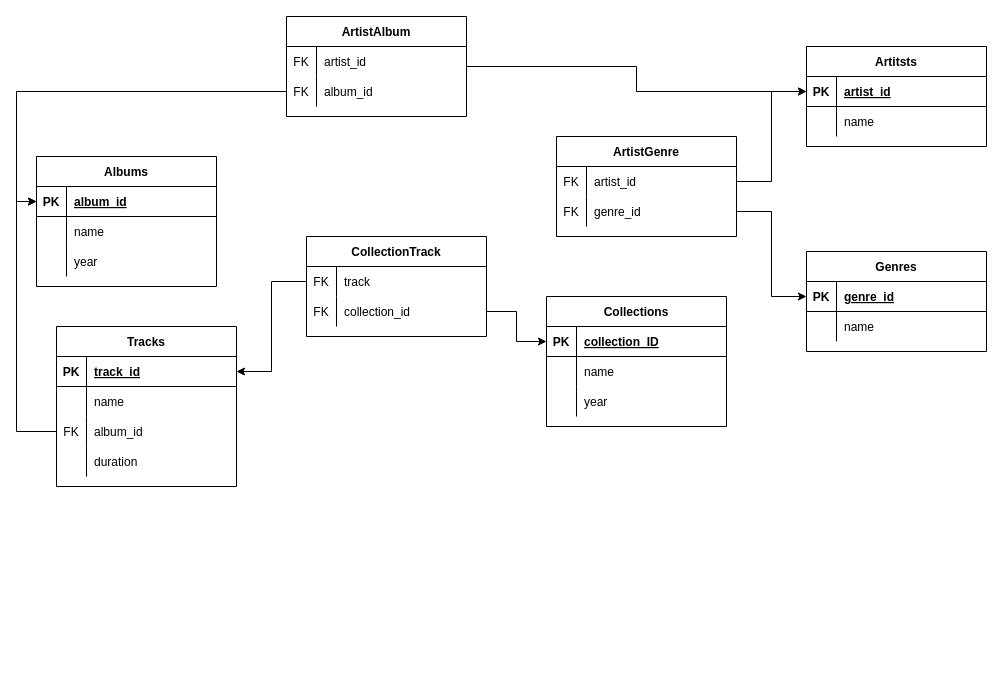
Above: task_2.drawio in KeplerXIII/MusicSite (draw.io), before the change. Source tidied: cells renumbered, new cells numbered last; positions are measured from the earlier drawing's top-left corner, leaving out a move shared by most shapes. Both pictures are drawn from the tidied source at 100%, with x=0, y=0 at pixel (36, 16).
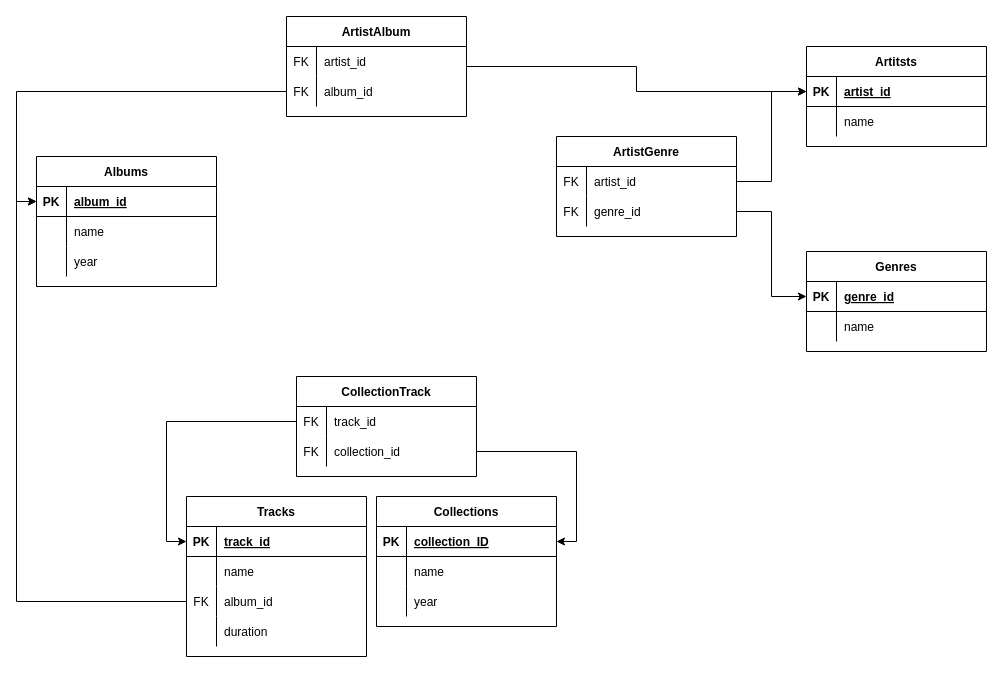
The same page after the edit.

Unchanged cells that the change refers to:
```xml
<mxCell id="27" style="shape=tableRow;horizontal=0;startSize=0;swimlaneHead=0;swimlaneBody=0;fillColor=none;points=[[0,0.5],[1,0.5]];portConstraint=eastwest;top=0;left=0;right=0;bottom=1;" parent="26" vertex="1">
  <mxGeometry y="30" width="180" height="30" as="geometry" />
</mxCell>
<mxCell id="56" style="shape=tableRow;horizontal=0;startSize=0;swimlaneHead=0;swimlaneBody=0;fillColor=none;points=[[0,0.5],[1,0.5]];portConstraint=eastwest;top=0;left=0;right=0;bottom=0;" parent="55" vertex="1">
  <mxGeometry y="30" width="180" height="30" as="geometry" />
</mxCell>
<mxCell id="59" style="shape=tableRow;horizontal=0;startSize=0;swimlaneHead=0;swimlaneBody=0;fillColor=none;points=[[0,0.5],[1,0.5]];portConstraint=eastwest;top=0;left=0;right=0;bottom=0;" parent="55" vertex="1">
  <mxGeometry y="60" width="180" height="30" as="geometry" />
</mxCell>
<mxCell id="67" style="shape=tableRow;horizontal=0;startSize=0;swimlaneHead=0;swimlaneBody=0;fillColor=none;points=[[0,0.5],[1,0.5]];portConstraint=eastwest;top=0;left=0;right=0;bottom=1;" parent="66" vertex="1">
  <mxGeometry y="30" width="180" height="30" as="geometry" />
</mxCell>
```

What changed in the source:
```diff
@@
     <mxCell id="26" value="Tracks" style="shape=table;startSize=30;childLayout=tableLayout;rowLines=0;fontStyle=1;align=center;" parent="1" vertex="1">
-      <mxGeometry x="20" y="310" width="180" height="160" as="geometry" />
+      <mxGeometry x="150" y="480" width="180" height="160" as="geometry" />
     </mxCell>
@@
     <mxCell id="55" value="CollectionTrack" style="shape=table;startSize=30;childLayout=tableLayout;rowLines=0;fontStyle=1;align=center;" parent="1" vertex="1">
-      <mxGeometry x="270" y="220" width="180" height="100" as="geometry" />
+      <mxGeometry x="260" y="360" width="180" height="100" as="geometry" />
     </mxCell>
@@
-    <mxCell id="58" value="track" style="shape=partialRectangle;fillColor=none;top=0;left=0;bottom=0;right=0;align=left;spacingLeft=6;overflow=hidden;" parent="56" vertex="1">
+    <mxCell id="58" value="track_id" style="shape=partialRectangle;fillColor=none;top=0;left=0;bottom=0;right=0;align=left;spacingLeft=6;overflow=hidden;" parent="56" vertex="1">
       <mxGeometry x="30" width="150" height="30" as="geometry" />
     </mxCell>
@@
     <mxCell id="66" value="Collections" style="shape=table;startSize=30;childLayout=tableLayout;rowLines=0;fontStyle=1;align=center;" parent="1" vertex="1">
-      <mxGeometry x="510" y="280" width="180" height="130" as="geometry" />
+      <mxGeometry x="340" y="480" width="180" height="130" as="geometry" />
     </mxCell>
@@
+    <mxCell id="77" style="edgeStyle=orthogonalEdgeStyle;rounded=0;jettySize=auto;html=1;entryX=1;entryY=0.5;entryDx=0;entryDy=0;" parent="1" edge="1" source="59" target="67">
+      <mxGeometry relative="1" as="geometry" />
+    </mxCell>
-    <mxCell id="76" style="edgeStyle=orthogonalEdgeStyle;rounded=0;jettySize=auto;html=1;entryX=1;entryY=0.5;entryDx=0;entryDy=0;" parent="1" edge="1" source="56" target="27">
+    <mxCell id="76" style="edgeStyle=orthogonalEdgeStyle;rounded=0;jettySize=auto;html=1;entryX=0;entryY=0.5;entryDx=0;entryDy=0;" parent="1" edge="1" source="56" target="27">
       <mxGeometry relative="1" as="geometry" />
     </mxCell>
-    <mxCell id="77" style="edgeStyle=orthogonalEdgeStyle;rounded=0;jettySize=auto;html=1;entryX=0;entryY=0.5;entryDx=0;entryDy=0;" parent="1" edge="1" source="59" target="67">
-      <mxGeometry relative="1" as="geometry" />
-    </mxCell>
```
